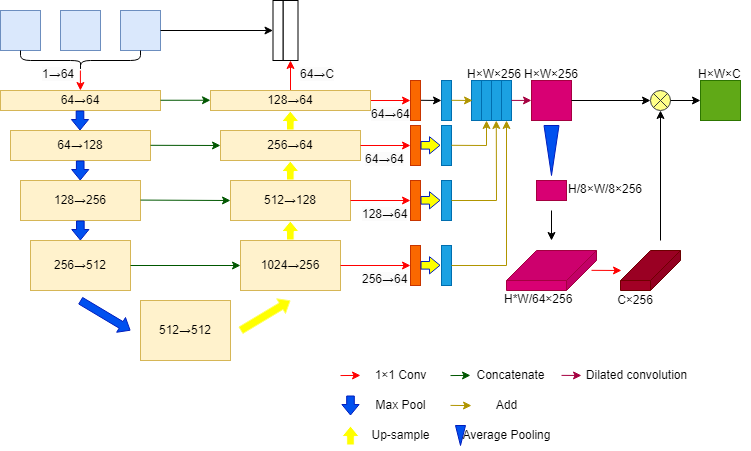
DemonH-p/self-study keeps this draw.io diagram as test.drawio.png. Above is the earlier version. Source tidied: cells renumbered, new cells last; positions are measured from the earlier drawing's top-left corner, leaving out a move shared by most shapes.
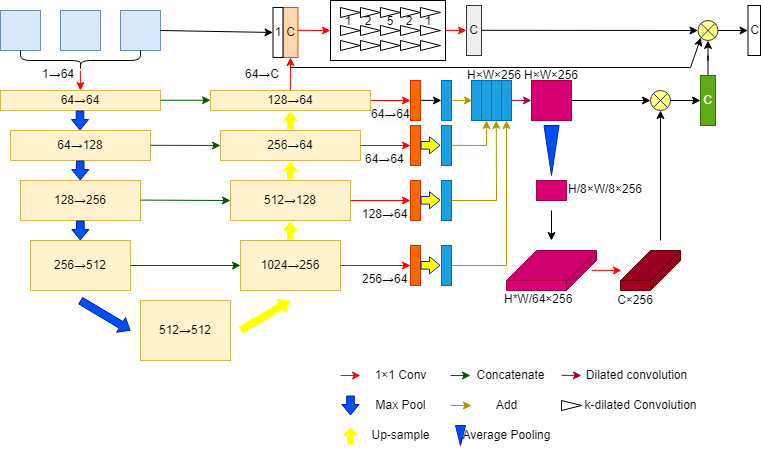
The same diagram one commit later.

Change to the diagram source:
```diff
@@ -103,17 +103,19 @@
         <mxPoint x="359" y="100" as="sourcePoint" />
       </mxGeometry>
     </mxCell>
-    <mxCell id="20" style="rounded=0;whiteSpace=wrap;html=1;" parent="1" vertex="1">
-      <mxGeometry x="282.5" width="15" height="60" as="geometry" />
+    <mxCell id="20" value="C" style="rounded=0;whiteSpace=wrap;html=1;fillColor=#fad7ac;strokeColor=#b46504;" parent="1" vertex="1">
+      <mxGeometry x="282.5" y="7" width="15" height="50" as="geometry" />
     </mxCell>
-    <mxCell id="21" style="rounded=0;whiteSpace=wrap;html=1;" parent="1" vertex="1">
-      <mxGeometry x="272.5" width="10" height="60" as="geometry" />
+    <mxCell id="21" value="1" style="rounded=0;whiteSpace=wrap;html=1;" parent="1" vertex="1">
+      <mxGeometry x="272.5" y="7" width="10" height="50" as="geometry" />
     </mxCell>
     <mxCell id="22" style="endArrow=classic;html=1;rounded=0;fillColor=#e51400;strokeColor=#000000;entryX=0;entryY=0.5;entryDx=0;entryDy=0;exitX=1;exitY=0.5;exitDx=0;exitDy=0;" parent="1" edge="1" source="4" target="21">
       <mxGeometry relative="1" as="geometry" />
     </mxCell>
-    <mxCell id="23" style="endArrow=classic;html=1;rounded=0;fillColor=#e51400;strokeColor=#FF0000;exitX=0.5;exitY=0;exitDx=0;exitDy=0;entryX=0.5;entryY=1;entryDx=0;entryDy=0;" parent="1" edge="1" source="28" target="20">
-      <mxGeometry relative="1" as="geometry" />
+    <mxCell id="23" style="endArrow=classic;html=1;rounded=0;fillColor=#e51400;strokeColor=#FF0000;exitX=0.5;exitY=0;exitDx=0;exitDy=0;entryX=0.5;entryY=1;entryDx=0;entryDy=0;" parent="1" edge="1" target="20">
+      <mxGeometry relative="1" as="geometry">
+        <mxPoint x="289.9" y="90" as="sourcePoint" />
+      </mxGeometry>
     </mxCell>
     <mxCell id="24" style="endArrow=classic;html=1;rounded=0;fillColor=#008a00;strokeColor=#005700;" parent="1" edge="1">
       <mxGeometry relative="1" as="geometry">
@@ -272,7 +274,7 @@
       <mxGeometry x="40" y="60" width="40" height="20" as="geometry" />
     </mxCell>
     <mxCell id="58" value="&lt;span style=&quot;color: rgb(0, 0, 0); font-family: Helvetica; font-size: 12px; font-style: normal; font-variant-ligatures: normal; font-variant-caps: normal; font-weight: 400; letter-spacing: normal; orphans: 2; text-align: center; text-indent: 0px; text-transform: none; widows: 2; word-spacing: 0px; -webkit-text-stroke-width: 0px; background-color: rgb(251, 251, 251); text-decoration-thickness: initial; text-decoration-style: initial; text-decoration-color: initial; float: none; display: inline !important;&quot;&gt;64→C&lt;/span&gt;" style="text;whiteSpace=wrap;html=1;" parent="1" vertex="1">
-      <mxGeometry x="297.5" y="60" width="40" height="20" as="geometry" />
+      <mxGeometry x="242.5" y="60" width="40" height="20" as="geometry" />
     </mxCell>
     <mxCell id="59" style="endArrow=classic;html=1;rounded=0;fillColor=#e51400;strokeColor=#ff0000;" parent="1" edge="1">
       <mxGeometry relative="1" as="geometry">
@@ -365,7 +367,7 @@
       <mxGeometry x="360" y="265" width="41" height="20" as="geometry" />
     </mxCell>
     <mxCell id="80" value="&lt;span style=&quot;border-color: var(--border-color); color: rgb(0, 0, 0); font-family: Helvetica; font-size: 11px; font-style: normal; font-variant-ligatures: normal; font-variant-caps: normal; font-weight: 400; letter-spacing: normal; orphans: 2; text-align: center; text-indent: 0px; text-transform: none; widows: 2; word-spacing: 0px; -webkit-text-stroke-width: 0px; background-color: initial; text-decoration-thickness: initial; text-decoration-style: initial; text-decoration-color: initial;&quot;&gt;H×W×256&lt;/span&gt;" style="text;whiteSpace=wrap;html=1;" parent="1" vertex="1">
-      <mxGeometry x="465" y="60" width="54" height="20" as="geometry" />
+      <mxGeometry x="465" y="61" width="54" height="20" as="geometry" />
     </mxCell>
     <mxCell id="81" style="triangle;whiteSpace=wrap;html=1;direction=south;fillColor=#0050ef;fontColor=#ffffff;strokeColor=#001DBC;" parent="1" vertex="1">
       <mxGeometry x="543.5" y="125" width="15" height="50" as="geometry" />
@@ -386,7 +388,7 @@
       <mxGeometry x="576" y="360" width="120" height="30" as="geometry" />
     </mxCell>
     <mxCell id="86" value="&lt;span style=&quot;border-color: var(--border-color); color: rgb(0, 0, 0); font-family: Helvetica; font-size: 11px; font-style: normal; font-variant-ligatures: normal; font-variant-caps: normal; font-weight: 400; letter-spacing: normal; orphans: 2; text-align: center; text-indent: 0px; text-transform: none; widows: 2; word-spacing: 0px; -webkit-text-stroke-width: 0px; background-color: initial; text-decoration-thickness: initial; text-decoration-style: initial; text-decoration-color: initial;&quot;&gt;H×W×256&lt;/span&gt;" style="text;whiteSpace=wrap;html=1;" parent="1" vertex="1">
-      <mxGeometry x="522" y="60" width="54" height="20" as="geometry" />
+      <mxGeometry x="522" y="61" width="54" height="20" as="geometry" />
     </mxCell>
     <mxCell id="87" value="&lt;span style=&quot;border-color: var(--border-color); color: rgb(0, 0, 0); font-family: Helvetica; font-size: 11px; font-style: normal; font-variant-ligatures: normal; font-variant-caps: normal; font-weight: 400; letter-spacing: normal; orphans: 2; text-align: center; text-indent: 0px; text-transform: none; widows: 2; word-spacing: 0px; -webkit-text-stroke-width: 0px; background-color: initial; text-decoration-thickness: initial; text-decoration-style: initial; text-decoration-color: initial;&quot;&gt;H/8×W/8×256&lt;/span&gt;" style="text;whiteSpace=wrap;html=1;" parent="1" vertex="1">
       <mxGeometry x="566" y="175" width="74" height="20" as="geometry" />
@@ -411,11 +413,128 @@
         <mxPoint x="700" y="100" as="targetPoint" />
       </mxGeometry>
     </mxCell>
-    <mxCell id="93" style="rounded=0;whiteSpace=wrap;html=1;fillColor=#60a917;fontColor=#ffffff;strokeColor=#2D7600;" parent="1" vertex="1">
-      <mxGeometry x="700" y="80" width="40" height="40" as="geometry" />
-    </mxCell>
-    <mxCell id="94" value="&lt;span style=&quot;border-color: var(--border-color); color: rgb(0, 0, 0); font-family: Helvetica; font-size: 11px; font-style: normal; font-variant-ligatures: normal; font-variant-caps: normal; font-weight: 400; letter-spacing: normal; orphans: 2; text-align: center; text-indent: 0px; text-transform: none; widows: 2; word-spacing: 0px; -webkit-text-stroke-width: 0px; background-color: initial; text-decoration-thickness: initial; text-decoration-style: initial; text-decoration-color: initial;&quot;&gt;H×W×C&lt;/span&gt;" style="text;whiteSpace=wrap;html=1;" parent="1" vertex="1">
-      <mxGeometry x="696" y="60" width="54" height="20" as="geometry" />
-    </mxCell>
+    <mxCell id="95" style="endArrow=classic;html=1;rounded=0;fillColor=#e51400;strokeColor=#ff0000;" parent="1" edge="1">
+      <mxGeometry relative="1" as="geometry">
+        <mxPoint x="297.5" y="29.9" as="sourcePoint" />
+        <mxPoint x="330" y="30" as="targetPoint" />
+      </mxGeometry>
+    </mxCell>
+    <mxCell id="96" style="rounded=0;whiteSpace=wrap;html=1;" parent="1" vertex="1">
+      <mxGeometry x="330" width="115" height="60" as="geometry" />
+    </mxCell>
+    <mxCell id="97" style="group;" parent="1" vertex="1">
+      <mxGeometry x="340" y="7" width="100" height="10" as="geometry" />
+    </mxCell>
+    <mxCell id="98" style="triangle;whiteSpace=wrap;html=1;fontSize=1;" parent="97" vertex="1">
+      <mxGeometry width="20" height="10" as="geometry" />
+    </mxCell>
+    <mxCell id="99" style="triangle;whiteSpace=wrap;html=1;" parent="97" vertex="1">
+      <mxGeometry x="20" width="20" height="10" as="geometry" />
+    </mxCell>
+    <mxCell id="100" style="triangle;whiteSpace=wrap;html=1;" parent="97" vertex="1">
+      <mxGeometry x="40" width="20" height="10" as="geometry" />
+    </mxCell>
+    <mxCell id="101" style="triangle;whiteSpace=wrap;html=1;" parent="97" vertex="1">
+      <mxGeometry x="60" width="20" height="10" as="geometry" />
+    </mxCell>
+    <mxCell id="102" style="triangle;whiteSpace=wrap;html=1;" parent="97" vertex="1">
+      <mxGeometry x="80" width="20" height="10" as="geometry" />
+    </mxCell>
+    <mxCell id="103" style="group;" parent="1" vertex="1">
+      <mxGeometry x="340" y="25" width="100" height="10" as="geometry" />
+    </mxCell>
+    <mxCell id="104" style="triangle;whiteSpace=wrap;html=1;" parent="103" vertex="1">
+      <mxGeometry width="20" height="10" as="geometry" />
+    </mxCell>
+    <mxCell id="105" style="triangle;whiteSpace=wrap;html=1;" parent="103" vertex="1">
+      <mxGeometry x="20" width="20" height="10" as="geometry" />
+    </mxCell>
+    <mxCell id="106" style="triangle;whiteSpace=wrap;html=1;" parent="103" vertex="1">
+      <mxGeometry x="40" width="20" height="10" as="geometry" />
+    </mxCell>
+    <mxCell id="107" style="triangle;whiteSpace=wrap;html=1;" parent="103" vertex="1">
+      <mxGeometry x="60" width="20" height="10" as="geometry" />
+    </mxCell>
+    <mxCell id="108" style="triangle;whiteSpace=wrap;html=1;" parent="103" vertex="1">
+      <mxGeometry x="80" width="20" height="10" as="geometry" />
+    </mxCell>
+    <mxCell id="109" style="group;" parent="1" vertex="1">
+      <mxGeometry x="340" y="40" width="100" height="10" as="geometry" />
+    </mxCell>
+    <mxCell id="110" style="triangle;whiteSpace=wrap;html=1;" parent="109" vertex="1">
+      <mxGeometry width="20" height="10" as="geometry" />
+    </mxCell>
+    <mxCell id="111" style="triangle;whiteSpace=wrap;html=1;" parent="109" vertex="1">
+      <mxGeometry x="20" width="20" height="10" as="geometry" />
+    </mxCell>
+    <mxCell id="112" style="triangle;whiteSpace=wrap;html=1;" parent="109" vertex="1">
+      <mxGeometry x="40" width="20" height="10" as="geometry" />
+    </mxCell>
+    <mxCell id="113" style="triangle;whiteSpace=wrap;html=1;" parent="109" vertex="1">
+      <mxGeometry x="60" width="20" height="10" as="geometry" />
+    </mxCell>
+    <mxCell id="114" style="triangle;whiteSpace=wrap;html=1;" parent="109" vertex="1">
+      <mxGeometry x="80" width="20" height="10" as="geometry" />
+    </mxCell>
+    <mxCell id="115" style="group;" parent="1" vertex="1">
+      <mxGeometry x="340" y="16" width="96" height="10" as="geometry" />
+    </mxCell>
+    <mxCell id="116" value="&lt;font style=&quot;font-size: 5px;&quot;&gt;1&lt;/font&gt;" style="text;html=1;strokeColor=none;fillColor=none;align=center;verticalAlign=middle;whiteSpace=wrap;rounded=0;fontSize=5;horizontal=1;" parent="115" vertex="1">
+      <mxGeometry width="16" height="10" as="geometry" />
+    </mxCell>
+    <mxCell id="117" value="&lt;font style=&quot;font-size: 5px;&quot;&gt;2&lt;/font&gt;" style="text;html=1;strokeColor=none;fillColor=none;align=center;verticalAlign=middle;whiteSpace=wrap;rounded=0;fontSize=5;horizontal=1;" parent="115" vertex="1">
+      <mxGeometry x="20" width="16" height="10" as="geometry" />
+    </mxCell>
+    <mxCell id="118" value="&lt;font style=&quot;font-size: 5px;&quot;&gt;5&lt;/font&gt;" style="text;html=1;strokeColor=none;fillColor=none;align=center;verticalAlign=middle;whiteSpace=wrap;rounded=0;fontSize=5;horizontal=1;" parent="115" vertex="1">
+      <mxGeometry x="41.5" width="16" height="10" as="geometry" />
+    </mxCell>
+    <mxCell id="119" value="&lt;font style=&quot;font-size: 5px;&quot;&gt;2&lt;/font&gt;" style="text;html=1;strokeColor=none;fillColor=none;align=center;verticalAlign=middle;whiteSpace=wrap;rounded=0;fontSize=5;horizontal=1;" parent="115" vertex="1">
+      <mxGeometry x="61" width="16" height="10" as="geometry" />
+    </mxCell>
+    <mxCell id="120" value="&lt;font style=&quot;font-size: 5px;&quot;&gt;1&lt;/font&gt;" style="text;html=1;strokeColor=none;fillColor=none;align=center;verticalAlign=middle;whiteSpace=wrap;rounded=0;fontSize=5;horizontal=1;" parent="115" vertex="1">
+      <mxGeometry x="80" width="16" height="10" as="geometry" />
+    </mxCell>
+    <mxCell id="121" style="endArrow=classic;html=1;rounded=0;fillColor=#e51400;strokeColor=#ff0000;entryX=0;entryY=0.5;entryDx=0;entryDy=0;" parent="1" edge="1" target="122">
+      <mxGeometry relative="1" as="geometry">
+        <mxPoint x="445" y="29.9" as="sourcePoint" />
+      </mxGeometry>
+    </mxCell>
+    <mxCell id="122" value="C" style="rounded=0;whiteSpace=wrap;html=1;fillColor=#eeeeee;strokeColor=#36393d;" parent="1" vertex="1">
+      <mxGeometry x="466" y="5" width="15" height="50" as="geometry" />
+    </mxCell>
+    <mxCell id="123" style="edgeStyle=orthogonalEdgeStyle;rounded=0;jettySize=auto;html=1;" parent="1" edge="1" source="124" target="128">
+      <mxGeometry relative="1" as="geometry" />
+    </mxCell>
+    <mxCell id="124" value="C" style="rounded=0;whiteSpace=wrap;html=1;fillColor=#60a917;strokeColor=#2D7600;fontColor=#ffffff;" parent="1" vertex="1">
+      <mxGeometry x="700" y="75" width="15" height="50" as="geometry" />
+    </mxCell>
+    <mxCell id="125" style="endArrow=classic;html=1;rounded=0;fillColor=#e51400;strokeColor=#000000;entryX=0;entryY=1;entryDx=0;entryDy=0;" parent="1" edge="1" target="128">
+      <mxGeometry relative="1" as="geometry">
+        <mxPoint x="290" y="67" as="sourcePoint" />
+        <Array as="points">
+          <mxPoint x="690" y="67" />
+        </Array>
+      </mxGeometry>
+    </mxCell>
+    <mxCell id="126" style="endArrow=classic;html=1;rounded=0;fillColor=#e51400;strokeColor=#000000;entryX=0;entryY=0.5;entryDx=0;entryDy=0;" parent="1" edge="1" target="128">
+      <mxGeometry relative="1" as="geometry">
+        <mxPoint x="481" y="29.8" as="sourcePoint" />
+      </mxGeometry>
+    </mxCell>
+    <mxCell id="127" style="edgeStyle=orthogonalEdgeStyle;rounded=0;jettySize=auto;html=1;" parent="1" edge="1" source="128" target="129">
+      <mxGeometry relative="1" as="geometry" />
+    </mxCell>
+    <mxCell id="128" style="shape=sumEllipse;perimeter=ellipsePerimeter;whiteSpace=wrap;html=1;backgroundOutline=1;fillColor=#ffff88;strokeColor=#36393d;" parent="1" vertex="1">
+      <mxGeometry x="697.5" y="20" width="20" height="20" as="geometry" />
+    </mxCell>
+    <mxCell id="129" value="C" style="whiteSpace=wrap;html=1;" parent="1" vertex="1">
+      <mxGeometry x="747.5" y="5" width="12.5" height="50" as="geometry" />
+    </mxCell>
+    <mxCell id="130" style="triangle;whiteSpace=wrap;html=1;" parent="1" vertex="1">
+      <mxGeometry x="561" y="400" width="20" height="10" as="geometry" />
+    </mxCell>
+    <mxCell id="131" value="k-dilated Convolution" style="text;html=1;align=center;verticalAlign=middle;strokeColor=none;fillColor=none;" parent="1" vertex="1">
+      <mxGeometry x="570" y="390" width="140" height="30" as="geometry" />
+    </mxCell>
   </root>
 </mxGraphModel>
```
